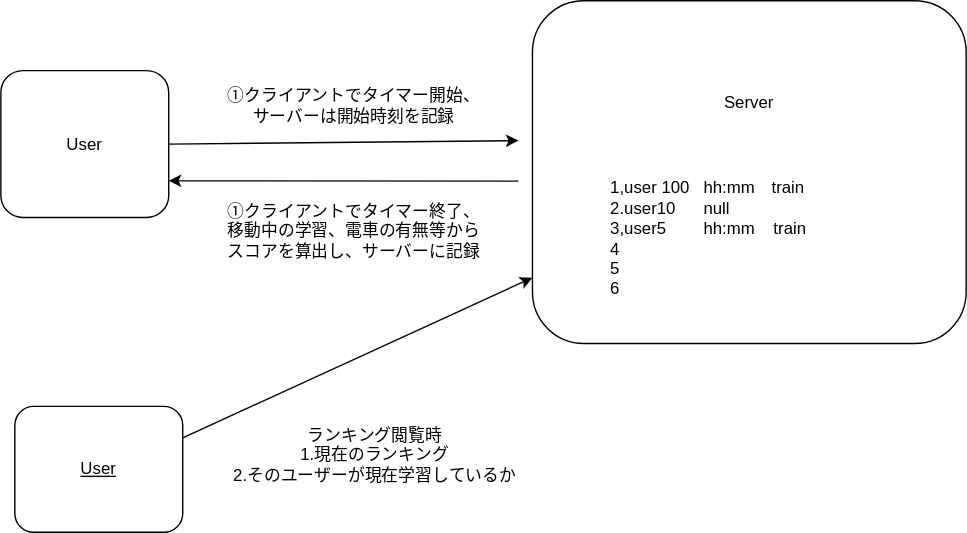
The draw.io diagram image.drawio.svg in zikanwari/studybattle, before a commit. Source tidied: cells renumbered, new cells last; positions are measured from the earlier drawing's top-left corner, leaving out a move shared by most shapes.
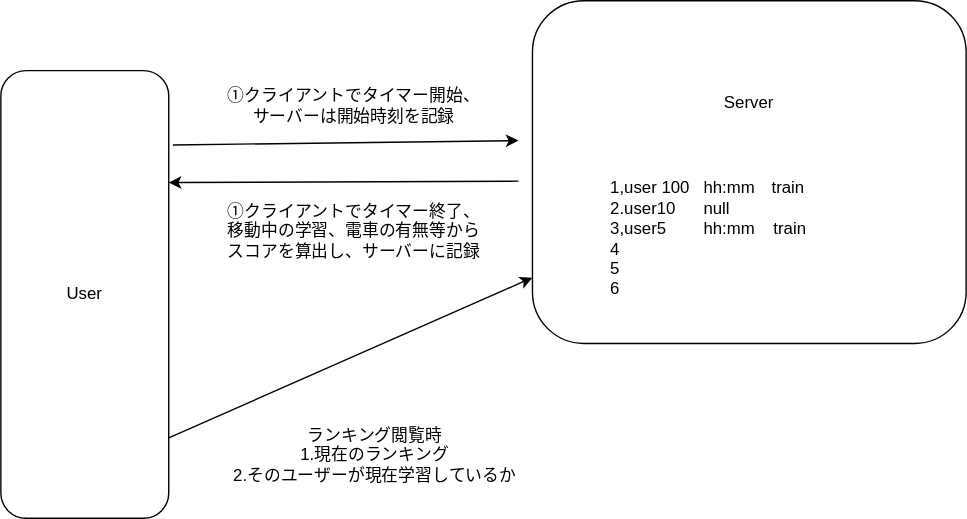
The same diagram one commit later.

Diff of the diagram source:
```diff
@@ -2,13 +2,13 @@
   <root>
     <mxCell id="0" />
     <mxCell id="1" parent="0" />
-    <mxCell id="2" style="edgeStyle=none;html=1;exitX=1;exitY=0.5;exitDx=0;exitDy=0;" parent="1" edge="1" source="3">
+    <mxCell id="2" style="edgeStyle=none;html=1;exitX=1.025;exitY=0.166;exitDx=0;exitDy=0;exitPerimeter=0;" parent="1" edge="1" source="3">
       <mxGeometry relative="1" as="geometry">
         <mxPoint x="370" y="100" as="targetPoint" />
       </mxGeometry>
     </mxCell>
     <mxCell id="3" value="User" style="rounded=1;whiteSpace=wrap;html=1;" parent="1" vertex="1">
-      <mxGeometry y="50" width="120" height="105" as="geometry" />
+      <mxGeometry y="50" width="120" height="320" as="geometry" />
     </mxCell>
     <mxCell id="4" value="Server&lt;br&gt;&lt;br&gt;&lt;br&gt;&lt;br&gt;&lt;br&gt;&lt;br&gt;&lt;br&gt;&lt;br&gt;" style="rounded=1;whiteSpace=wrap;html=1;" parent="1" vertex="1">
       <mxGeometry x="380" width="310" height="245" as="geometry" />
@@ -19,16 +19,15 @@
     <mxCell id="6" value="1,user 100&amp;nbsp; &amp;nbsp;hh:mm　train&lt;br&gt;2.user10&amp;nbsp; &amp;nbsp; &amp;nbsp; null&lt;br&gt;3,user5&amp;nbsp; &amp;nbsp; &amp;nbsp; &amp;nbsp; hh:mm&amp;nbsp; &amp;nbsp; train&lt;br&gt;4&lt;br&gt;5&lt;br&gt;6" style="text;strokeColor=none;fillColor=none;align=left;verticalAlign=middle;spacingLeft=4;spacingRight=4;overflow=hidden;whiteSpace=wrap;html=1;" parent="1" vertex="1">
       <mxGeometry x="430" y="120" width="200" height="100" as="geometry" />
     </mxCell>
-    <mxCell id="7" style="edgeStyle=none;html=1;exitX=1;exitY=0.25;exitDx=0;exitDy=0;entryX=0;entryY=0.808;entryDx=0;entryDy=0;entryPerimeter=0;" parent="1" edge="1" source="8" target="4">
-      <mxGeometry relative="1" as="geometry" />
+    <mxCell id="7" style="edgeStyle=none;html=1;exitX=1;exitY=0.25;exitDx=0;exitDy=0;entryX=0;entryY=0.808;entryDx=0;entryDy=0;entryPerimeter=0;" parent="1" edge="1" target="4">
+      <mxGeometry relative="1" as="geometry">
+        <mxPoint x="120" y="312.5" as="sourcePoint" />
+      </mxGeometry>
     </mxCell>
-    <mxCell id="8" value="&lt;u&gt;User&lt;/u&gt;" style="rounded=1;whiteSpace=wrap;html=1;" parent="1" vertex="1">
-      <mxGeometry x="10" y="290" width="120" height="90" as="geometry" />
-    </mxCell>
     <mxCell id="9" value="ランキング閲覧時&lt;br&gt;1.現在のランキング&lt;br&gt;2.そのユーザーが現在学習しているか" style="text;html=1;strokeColor=none;fillColor=none;align=center;verticalAlign=middle;whiteSpace=wrap;rounded=0;" parent="1" vertex="1">
       <mxGeometry x="155" y="300" width="225" height="50" as="geometry" />
     </mxCell>
-    <mxCell id="10" style="endArrow=classic;html=1;entryX=1;entryY=0.75;entryDx=0;entryDy=0;" parent="1" edge="1" target="3">
+    <mxCell id="10" style="endArrow=classic;html=1;entryX=1;entryY=0.25;entryDx=0;entryDy=0;" parent="1" edge="1" target="3">
       <mxGeometry relative="1" as="geometry">
         <mxPoint x="370" y="129" as="sourcePoint" />
       </mxGeometry>
```
